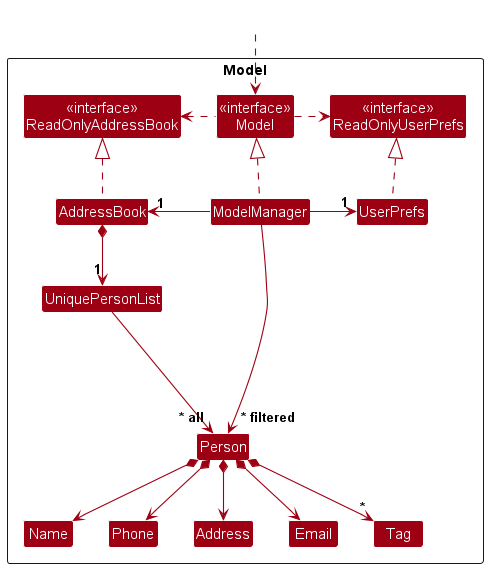
This is docs/images/ModelClassDiagram.png from nus-cs2103-AY2425S1/tp, a PlantUML export, as it was before one commit.
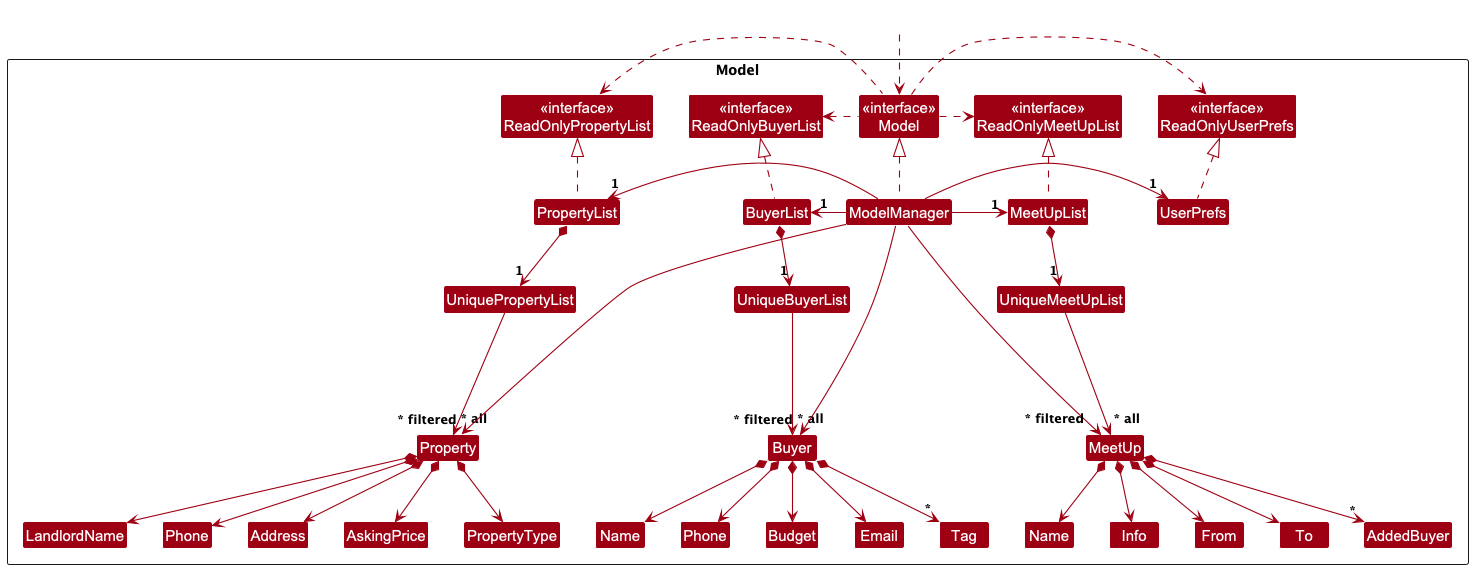
The same file after the commit.

Commit message:
Update Model class diagram to reflect new structure

Diff of the diagram source:
```diff
@@ -5,20 +5,40 @@
 skinparam classBackgroundColor MODEL_COLOR
 
 Package Model as ModelPackage <<Rectangle>>{
-Class "<<interface>>\nReadOnlyAddressBook" as ReadOnlyAddressBook
+Class "<<interface>>\nReadOnlyBuyerList" as ReadOnlyBuyerList
 Class "<<interface>>\nReadOnlyUserPrefs" as ReadOnlyUserPrefs
+Class "<<interface>>\nReadOnlyMeetUpList" as ReadOnlyMeetUpList
+Class "<<interface>>\nReadOnlyPropertyList" as ReadOnlyPropertyList
 Class "<<interface>>\nModel" as Model
-Class AddressBook
+Class BuyerList
+Class MeetUpList
+Class PropertyList
 Class ModelManager
 Class UserPrefs
 
-Class UniquePersonList
-Class Person
-Class Address
+Class UniqueBuyerList
+Class Buyer
+Class Budget
 Class Email
 Class Name
 Class Phone
 Class Tag
+
+Class UniqueMeetUpList
+Class MeetUp
+Class "Name" as Subject
+Class Info
+Class From
+Class To
+Class AddedBuyer
+
+Class UniquePropertyList
+Class Property
+Class LandlordName
+Class "Phone" as LandlordPhone
+Class Address
+Class AskingPrice
+Class PropertyType
 
 Class I #FFFFFF
 }
@@ -26,29 +46,69 @@
 Class HiddenOutside #FFFFFF
 HiddenOutside ..> Model
 
-AddressBook .up.|> ReadOnlyAddressBook
+BuyerList .up.|> ReadOnlyBuyerList
+PropertyList .up.|> ReadOnlyPropertyList
+MeetUpList .up.|> ReadOnlyMeetUpList
 
 ModelManager .up.|> Model
 Model .right.> ReadOnlyUserPrefs
-Model .left.> ReadOnlyAddressBook
-ModelManager -left-> "1" AddressBook
+Model .right.> ReadOnlyMeetUpList
+Model .left.> ReadOnlyPropertyList
+Model .left.> ReadOnlyBuyerList
+ModelManager -left-> "1" BuyerList
+ModelManager -left-> "1" PropertyList
+ModelManager -right-> "1" MeetUpList
 ModelManager -right-> "1" UserPrefs
 UserPrefs .up.|> ReadOnlyUserPrefs
 
-AddressBook *--> "1" UniquePersonList
-UniquePersonList --> "~* all" Person
-Person *--> Name
-Person *--> Phone
-Person *--> Email
-Person *--> Address
-Person *--> "*" Tag
+BuyerList *--> "1" UniqueBuyerList
+UniqueBuyerList --> "~* all" Buyer
+Buyer *--> Name
+Buyer *--> Phone
+Buyer *--> Email
+Buyer *--> Budget
+Buyer *--> "*" Tag
 
-Person -[hidden]up--> I
-UniquePersonList -[hidden]right-> I
+PropertyList *--> "1" UniquePropertyList
+UniquePropertyList --> "~* all" Property
+Property *--> LandlordName
+Property *--> LandlordPhone
+Property *--> AskingPrice
+Property *--> Address
+Property *--> PropertyType
+
+MeetUpList *--> "1" UniqueMeetUpList
+UniqueMeetUpList --> "~* all" MeetUp
+MeetUp *--> Subject
+MeetUp *--> Info
+MeetUp *--> From
+MeetUp *--> To
+MeetUp *--> "*" AddedBuyer
+
+Buyer -[hidden]up--> I
+UniqueBuyerList -[hidden]right-> I
+
+Property -[hidden]up--> I
+UniquePropertyList -[hidden]right-> I
+
+MeetUp -[hidden]up--> I
+UniqueMeetUpList -[hidden]right-> I
 
 Name -[hidden]right-> Phone
-Phone -[hidden]right-> Address
-Address -[hidden]right-> Email
+Phone -[hidden]right-> Budget
+Budget -[hidden]right-> Email
 
-ModelManager --> "~* filtered" Person
+LandlordName -[hidden]right-> LandlordPhone
+LandlordPhone -[hidden]right-> Address
+Address -[hidden]right-> AskingPrice
+AskingPrice -[hidden]right-> PropertyType
+
+Subject -[hidden]right-> Info
+Info -[hidden]right-> From
+From -[hidden]right-> To
+To -[hidden]right-> AddedBuyer
+
+ModelManager --> "~* filtered" Buyer
+ModelManager --> "~* filtered" Property
+ModelManager --> "~* filtered" MeetUp
 @enduml
```
